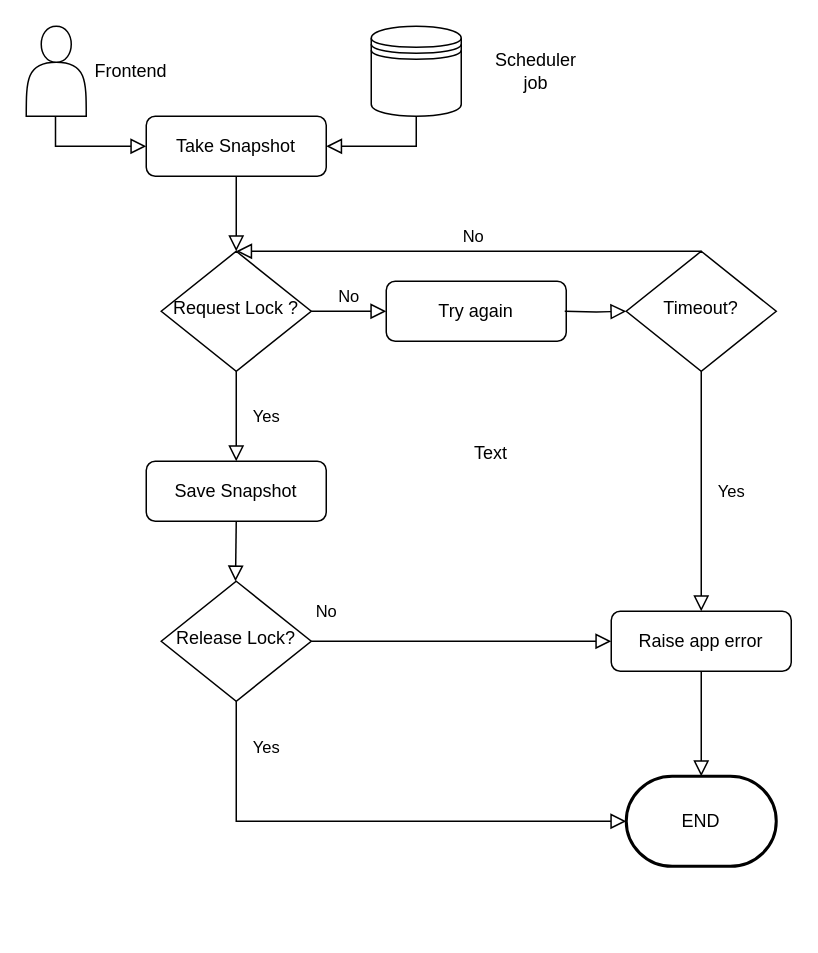
The draw.io diagram Untitled Diagram.drawio in JuanGmv/ejercicio, before the edit. Source tidied: cells renumbered, new cells numbered last; positions are measured from the earlier drawing's top-left corner, leaving out a move shared by most shapes. Both pictures are drawn from the tidied source at 150%, with x=0, y=0 at pixel (26, 26).
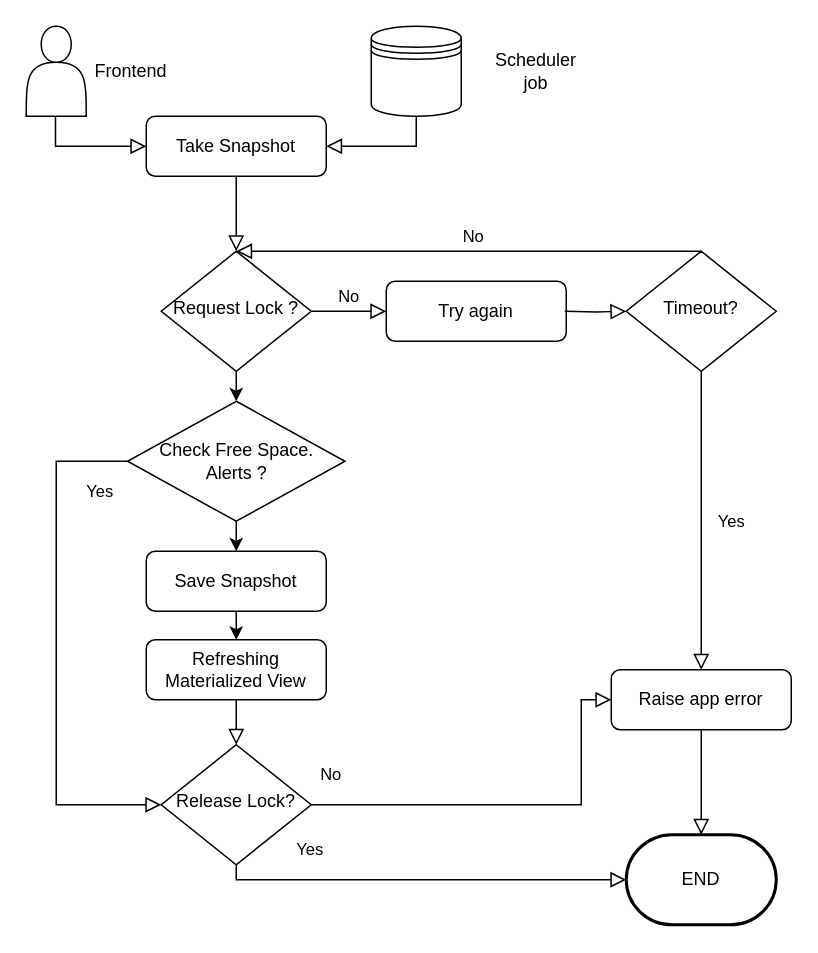
Above is the later version.

Unchanged cells that the change refers to:
```xml
<mxCell id="6" value="Request Lock ?" style="rhombus;whiteSpace=wrap;html=1;shadow=0;fontFamily=Helvetica;fontSize=12;align=center;strokeWidth=1;spacing=6;spacingTop=-4;" parent="1" vertex="1">
  <mxGeometry x="90" y="150" width="100" height="80" as="geometry" />
</mxCell>
```

Diff of the diagram source:
```diff
@@
-    <mxCell id="4" value="Yes" style="rounded=0;html=1;jettySize=auto;fontSize=11;endArrow=block;endFill=0;endSize=8;strokeWidth=1;shadow=0;labelBackgroundColor=none;edgeStyle=orthogonalEdgeStyle;entryX=0.5;entryY=0;entryDx=0;entryDy=0;" parent="1" edge="1" source="6" target="11">
-      <mxGeometry y="20" relative="1" as="geometry" />
+    <mxCell id="4" value="Yes" style="rounded=0;html=1;jettySize=auto;fontSize=11;endArrow=block;endFill=0;endSize=8;strokeWidth=1;shadow=0;labelBackgroundColor=none;edgeStyle=orthogonalEdgeStyle;entryX=0;entryY=0.5;entryDx=0;entryDy=0;exitX=0;exitY=0.5;exitDx=0;exitDy=0;" parent="1" edge="1" source="29" target="10">
+      <mxGeometry x="-0.89" y="20" relative="1" as="geometry">
+        <Array as="points">
+          <mxPoint x="20" y="290" />
+          <mxPoint x="20" y="519" />
+        </Array>
+      </mxGeometry>
     </mxCell>
@@
     <mxCell id="8" value="No" style="rounded=0;html=1;jettySize=auto;fontSize=11;endArrow=block;endFill=0;endSize=8;strokeWidth=1;shadow=0;labelBackgroundColor=none;edgeStyle=orthogonalEdgeStyle;entryX=0;entryY=0.5;entryDx=0;entryDy=0;" parent="1" edge="1" source="10" target="16">
-      <mxGeometry x="-0.9" y="20" relative="1" as="geometry" />
+      <mxGeometry x="-0.9" y="20" relative="1" as="geometry">
+        <Array as="points">
+          <mxPoint x="370" y="519" />
+          <mxPoint x="370" y="449" />
+        </Array>
+      </mxGeometry>
     </mxCell>
     <mxCell id="9" value="Yes" style="edgeStyle=orthogonalEdgeStyle;rounded=0;html=1;jettySize=auto;fontSize=11;endArrow=block;endFill=0;endSize=8;strokeWidth=1;shadow=0;labelBackgroundColor=none;entryX=0;entryY=0.5;entryDx=0;entryDy=0;entryPerimeter=0;" parent="1" edge="1" source="10" target="15">
-      <mxGeometry x="-0.82" y="20" relative="1" as="geometry">
+      <mxGeometry x="-0.56" y="20" relative="1" as="geometry">
         <Array as="points">
-          <mxPoint x="140" y="530" />
+          <mxPoint x="140" y="569" />
         </Array>
       </mxGeometry>
     </mxCell>
     <mxCell id="10" value="Release Lock?" style="rhombus;whiteSpace=wrap;html=1;shadow=0;fontFamily=Helvetica;fontSize=12;align=center;strokeWidth=1;spacing=6;spacingTop=-4;" parent="1" vertex="1">
-      <mxGeometry x="90" y="370" width="100" height="80" as="geometry" />
+      <mxGeometry x="90" y="479" width="100" height="80" as="geometry" />
     </mxCell>
     <mxCell id="11" value="Save Snapshot" style="rounded=1;whiteSpace=wrap;html=1;fontSize=12;glass=0;strokeWidth=1;shadow=0;" parent="1" vertex="1">
-      <mxGeometry x="80" y="290" width="120" height="40" as="geometry" />
+      <mxGeometry x="80" y="350" width="120" height="40" as="geometry" />
     </mxCell>
@@
     <mxCell id="15" value="END" style="strokeWidth=2;html=1;shape=mxgraph.flowchart.terminator;whiteSpace=wrap;" parent="1" vertex="1">
-      <mxGeometry x="400" y="500" width="100" height="60" as="geometry" />
+      <mxGeometry x="400" y="539" width="100" height="60" as="geometry" />
     </mxCell>
     <mxCell id="16" value="Raise app error" style="rounded=1;whiteSpace=wrap;html=1;fontSize=12;glass=0;strokeWidth=1;shadow=0;" parent="1" vertex="1">
-      <mxGeometry x="390" y="390" width="120" height="40" as="geometry" />
+      <mxGeometry x="390" y="429" width="120" height="40" as="geometry" />
     </mxCell>
@@
-    <mxCell id="19" style="rounded=0;html=1;jettySize=auto;fontSize=11;endArrow=block;endFill=0;endSize=8;strokeWidth=1;shadow=0;labelBackgroundColor=none;edgeStyle=orthogonalEdgeStyle;exitX=0.5;exitY=1;exitDx=0;exitDy=0;" parent="1" edge="1" source="11">
-      <mxGeometry relative="1" as="geometry">
-        <mxPoint x="139.5" y="370" as="targetPoint" />
-      </mxGeometry>
-    </mxCell>
@@
-    <mxCell id="24" value="Text" style="text;html=1;strokeColor=none;fillColor=none;align=center;verticalAlign=middle;whiteSpace=wrap;rounded=0;" parent="1" vertex="1">
-      <mxGeometry x="280" y="270" width="60" height="30" as="geometry" />
-    </mxCell>
@@
+    <mxCell id="27" value="Refreshing Materialized View" style="rounded=1;whiteSpace=wrap;html=1;fontSize=12;glass=0;strokeWidth=1;shadow=0;" parent="1" vertex="1">
+      <mxGeometry x="80" y="409" width="120" height="40" as="geometry" />
+    </mxCell>
+    <mxCell id="28" style="rounded=0;html=1;jettySize=auto;fontSize=11;endArrow=block;endFill=0;endSize=8;strokeWidth=1;shadow=0;labelBackgroundColor=none;edgeStyle=orthogonalEdgeStyle;entryX=0.5;entryY=0;entryDx=0;entryDy=0;" parent="1" edge="1" target="10">
+      <mxGeometry relative="1" as="geometry">
+        <mxPoint x="140" y="449" as="sourcePoint" />
+      </mxGeometry>
+    </mxCell>
+    <mxCell id="29" value="&lt;span&gt;Check Free Space. &lt;br&gt;Alerts ?&lt;/span&gt;" style="rhombus;whiteSpace=wrap;html=1;" parent="1" vertex="1">
+      <mxGeometry x="67.5" y="250" width="145" height="80" as="geometry" />
+    </mxCell>
+    <mxCell id="30" style="endArrow=classic;html=1;rounded=0;exitX=0.5;exitY=1;exitDx=0;exitDy=0;entryX=0.5;entryY=0;entryDx=0;entryDy=0;" parent="1" edge="1" source="6" target="29">
+      <mxGeometry relative="1" as="geometry" />
+    </mxCell>
+    <mxCell id="31" style="endArrow=classic;html=1;rounded=0;exitX=0.5;exitY=1;exitDx=0;exitDy=0;entryX=0.5;entryY=0;entryDx=0;entryDy=0;" parent="1" edge="1" source="29" target="11">
+      <mxGeometry relative="1" as="geometry" />
+    </mxCell>
+    <mxCell id="32" style="endArrow=classic;html=1;rounded=0;" parent="1" edge="1" source="11" target="27">
+      <mxGeometry relative="1" as="geometry" />
+    </mxCell>
```
